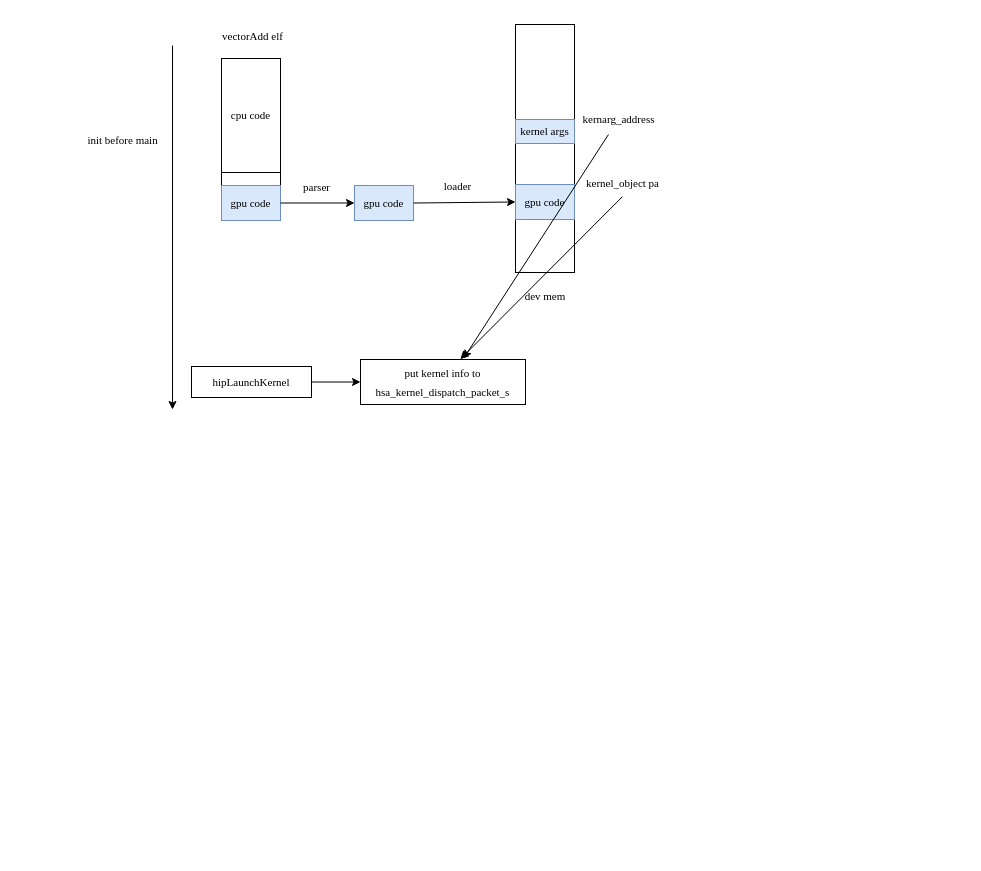
The draw.io diagram cpu_task_dispatch.drawio in andyzhanged/for_draw_io, before the edit. Source tidied: cells renumbered, new cells numbered last; positions are measured from the earlier drawing's top-left corner, leaving out a move shared by most shapes. Both pictures are drawn from the tidied source at 100%, with x=0, y=0 at pixel (78, 23).
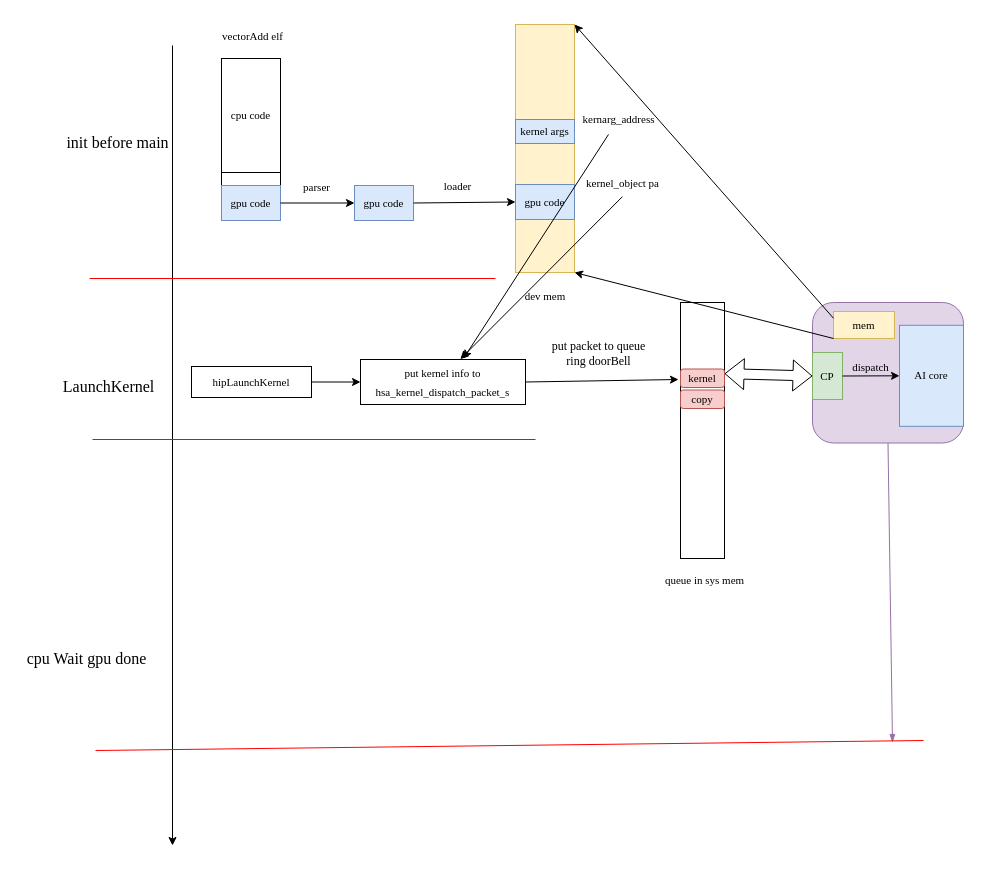
After the change.

Unchanged cells that the change refers to:
```xml
<mxCell id="19" value="&lt;div style=&quot;color: rgb(0, 0, 0); background-color: rgb(255, 255, 255); font-weight: normal; font-size: 11px; line-height: 19px;&quot;&gt;&lt;div style=&quot;font-size: 11px;&quot;&gt;put kernel info to&lt;br style=&quot;font-size: 11px;&quot;&gt;hsa_kernel_dispatch_packet_s&lt;/div&gt;&lt;/div&gt;" style="whiteSpace=wrap;html=1;fontFamily=Times New Roman;fontSize=11;" parent="1" vertex="1">
  <mxGeometry x="282" y="336" width="165" height="45" as="geometry" />
</mxCell>
<mxCell id="22" value="&lt;div style=&quot;color: rgb(0, 0, 0); background-color: rgb(255, 255, 255); font-weight: normal; font-size: 11px; line-height: 19px;&quot;&gt;&lt;div style=&quot;font-size: 11px;&quot;&gt;kernarg_address&lt;/div&gt;&lt;/div&gt;" style="text;html=1;align=center;verticalAlign=middle;points=[];strokeColor=none;fillColor=none;fontFamily=Times New Roman;fontSize=11;" parent="1" vertex="1">
  <mxGeometry x="495" y="80" width="90" height="31" as="geometry" />
</mxCell>
```

Change to the diagram source:
```diff
@@
-    <mxCell id="6" style="rounded=0;whiteSpace=wrap;html=1;fontFamily=Times New Roman;fontSize=11;" parent="1" vertex="1">
+    <mxCell id="6" style="rounded=0;whiteSpace=wrap;html=1;fontFamily=Times New Roman;fontSize=11;fillColor=#fff2cc;strokeColor=#d6b656;" parent="1" vertex="1">
       <mxGeometry x="437" y="1" width="59" height="248" as="geometry" />
     </mxCell>
@@
     <mxCell id="16" style="endArrow=classic;html=1;rounded=0;fontFamily=Times New Roman;fontSize=11;" parent="1" edge="1">
       <mxGeometry relative="1" as="geometry">
         <mxPoint x="94" y="22" as="sourcePoint" />
-        <mxPoint x="94" y="386" as="targetPoint" />
+        <mxPoint x="94" y="822" as="targetPoint" />
       </mxGeometry>
     </mxCell>
-    <mxCell id="17" value="&lt;div style=&quot;font-size: 11px;&quot;&gt;init before main&lt;/div&gt;" style="text;html=1;align=center;verticalAlign=middle;strokeColor=none;fillColor=none;fontFamily=Times New Roman;fontSize=11;" parent="1" vertex="1">
-      <mxGeometry y="104" width="88" height="25" as="geometry" />
+    <mxCell id="17" value="&lt;div style=&quot;font-size: 16px;&quot;&gt;init before main&lt;/div&gt;" style="text;html=1;align=center;verticalAlign=middle;strokeColor=none;fillColor=none;fontFamily=Times New Roman;fontSize=16;" parent="1" vertex="1">
+      <mxGeometry x="-21" y="103" width="120" height="31" as="geometry" />
     </mxCell>
@@
-    <mxCell id="23" style="endArrow=classic;html=1;rounded=0;" parent="1" edge="1" source="22">
+    <mxCell id="23" style="endArrow=classic;html=1;rounded=0;fontFamily=Times New Roman;fontSize=11;" parent="1" edge="1" source="22">
       <mxGeometry relative="1" as="geometry">
         <mxPoint x="385" y="335" as="targetPoint" />
       </mxGeometry>
     </mxCell>
+    <mxCell id="24" style="whiteSpace=wrap;html=1;fontSize=11;fontFamily=Times New Roman;" parent="1" vertex="1">
+      <mxGeometry x="602" y="279" width="44" height="256" as="geometry" />
+    </mxCell>
+    <mxCell id="25" value="queue in sys mem" style="text;html=1;align=center;verticalAlign=middle;strokeColor=none;fillColor=none;fontFamily=Times New Roman;fontSize=11;" parent="1" vertex="1">
+      <mxGeometry x="577.5" y="544" width="97" height="25" as="geometry" />
+    </mxCell>
+    <mxCell id="26" style="endArrow=classic;html=1;rounded=0;exitX=1;exitY=0.5;exitDx=0;exitDy=0;fontFamily=Times New Roman;fontSize=11;" parent="1" edge="1" source="19">
+      <mxGeometry relative="1" as="geometry">
+        <mxPoint x="600" y="356" as="targetPoint" />
+      </mxGeometry>
+    </mxCell>
+    <mxCell id="27" value="kernel" style="rounded=1;whiteSpace=wrap;html=1;fillColor=#f8cecc;strokeColor=#b85450;fontFamily=Times New Roman;fontSize=11;" parent="1" vertex="1">
+      <mxGeometry x="602" y="345.5" width="44" height="18.5" as="geometry" />
+    </mxCell>
+    <mxCell id="28" value="copy" style="rounded=1;whiteSpace=wrap;html=1;fillColor=#f8cecc;strokeColor=#b85450;fontFamily=Times New Roman;fontSize=11;" parent="1" vertex="1">
+      <mxGeometry x="602" y="366.5" width="44" height="18.5" as="geometry" />
+    </mxCell>
+    <mxCell id="29" style="rounded=1;whiteSpace=wrap;html=1;fillColor=#e1d5e7;strokeColor=#9673a6;fontFamily=Times New Roman;" parent="1" vertex="1">
+      <mxGeometry x="734" y="279" width="151" height="140.5" as="geometry" />
+    </mxCell>
+    <mxCell id="30" value="&lt;div&gt;put packet to queue&lt;/div&gt;&lt;div&gt;ring doorBell&lt;/div&gt;" style="text;html=1;align=center;verticalAlign=middle;strokeColor=none;fillColor=none;fontFamily=Times New Roman;" parent="1" vertex="1">
+      <mxGeometry x="463.5" y="309" width="112" height="41" as="geometry" />
+    </mxCell>
+    <mxCell id="31" value="LaunchKernel" style="text;html=1;align=center;verticalAlign=middle;strokeColor=none;fillColor=none;fontSize=16;fontFamily=Times New Roman;" parent="1" vertex="1">
+      <mxGeometry x="-25" y="347" width="110" height="31" as="geometry" />
+    </mxCell>
+    <mxCell id="32" value="cpu Wait gpu done" style="text;html=1;align=center;verticalAlign=middle;strokeColor=none;fillColor=none;fontSize=16;fontFamily=Times New Roman;" parent="1" vertex="1">
+      <mxGeometry x="-61" y="619" width="138" height="31" as="geometry" />
+    </mxCell>
+    <mxCell id="33" style="endArrow=none;startArrow=blockThin;html=1;rounded=0;entryX=0.5;entryY=1;entryDx=0;entryDy=0;startFill=1;endFill=0;fillColor=#e1d5e7;strokeColor=#9673a6;fontFamily=Times New Roman;" parent="1" edge="1" target="29">
+      <mxGeometry relative="1" as="geometry">
+        <mxPoint x="814" y="719" as="sourcePoint" />
+      </mxGeometry>
+    </mxCell>
+    <mxCell id="34" style="endArrow=none;html=1;rounded=0;exitX=1.061;exitY=0.731;exitDx=0;exitDy=0;exitPerimeter=0;strokeColor=#FF0000;fontFamily=Times New Roman;" parent="1" edge="1">
+      <mxGeometry relative="1" as="geometry">
+        <mxPoint x="14" y="416" as="sourcePoint" />
+        <mxPoint x="457" y="416" as="targetPoint" />
+      </mxGeometry>
+    </mxCell>
+    <mxCell id="35" style="endArrow=none;html=1;rounded=0;strokeColor=#FF0000;fontFamily=Times New Roman;" parent="1" edge="1">
+      <mxGeometry relative="1" as="geometry">
+        <mxPoint x="11" y="255" as="sourcePoint" />
+        <mxPoint x="417" y="255" as="targetPoint" />
+      </mxGeometry>
+    </mxCell>
+    <mxCell id="36" style="endArrow=none;html=1;rounded=0;exitX=1.061;exitY=0.731;exitDx=0;exitDy=0;exitPerimeter=0;strokeColor=#FF0000;fontFamily=Times New Roman;" parent="1" edge="1">
+      <mxGeometry relative="1" as="geometry">
+        <mxPoint x="17" y="727" as="sourcePoint" />
+        <mxPoint x="845" y="717" as="targetPoint" />
+      </mxGeometry>
+    </mxCell>
+    <mxCell id="37" value="CP" style="rounded=0;whiteSpace=wrap;html=1;fillColor=#d5e8d4;strokeColor=#82b366;fontFamily=Times New Roman;fontSize=11;" parent="1" vertex="1">
+      <mxGeometry x="734" y="329" width="30" height="47" as="geometry" />
+    </mxCell>
+    <mxCell id="38" value="AI core" style="rounded=0;whiteSpace=wrap;html=1;fillColor=#dae8fc;strokeColor=#6c8ebf;fontFamily=Times New Roman;fontSize=11;" parent="1" vertex="1">
+      <mxGeometry x="821" y="301.8" width="64" height="101" as="geometry" />
+    </mxCell>
+    <mxCell id="39" style="shape=flexArrow;endArrow=classic;startArrow=classic;html=1;rounded=0;exitX=1;exitY=0.25;exitDx=0;exitDy=0;entryX=0;entryY=0.5;entryDx=0;entryDy=0;fontFamily=Times New Roman;" parent="1" edge="1" source="27" target="37">
+      <mxGeometry relative="1" as="geometry" />
+    </mxCell>
+    <mxCell id="40" style="endArrow=classic;html=1;rounded=0;exitX=1;exitY=0.5;exitDx=0;exitDy=0;entryX=0;entryY=0.5;entryDx=0;entryDy=0;fontFamily=Times New Roman;" parent="1" edge="1" source="37" target="38">
+      <mxGeometry relative="1" as="geometry" />
+    </mxCell>
+    <mxCell id="41" value="&lt;div&gt;dispatch&lt;/div&gt;" style="edgeLabel;html=1;align=center;verticalAlign=middle;labelBackgroundColor=none;fontFamily=Times New Roman;" parent="40" vertex="1">
+      <mxGeometry x="-0.02" relative="1" as="geometry">
+        <mxPoint y="-9" as="offset" />
+      </mxGeometry>
+    </mxCell>
+    <mxCell id="42" value="mem" style="rounded=0;whiteSpace=wrap;html=1;fillColor=#fff2cc;strokeColor=#d6b656;fontFamily=Times New Roman;fontSize=11;" parent="1" vertex="1">
+      <mxGeometry x="755" y="288" width="61" height="27" as="geometry" />
+    </mxCell>
+    <mxCell id="43" style="endArrow=classic;html=1;rounded=0;exitX=0;exitY=0.25;exitDx=0;exitDy=0;entryX=1;entryY=0;entryDx=0;entryDy=0;" parent="1" edge="1" source="42" target="6">
+      <mxGeometry relative="1" as="geometry" />
+    </mxCell>
+    <mxCell id="44" style="endArrow=classic;html=1;rounded=0;entryX=1;entryY=1;entryDx=0;entryDy=0;exitX=0;exitY=1;exitDx=0;exitDy=0;" parent="1" edge="1" source="42" target="6">
+      <mxGeometry relative="1" as="geometry" />
+    </mxCell>
```
